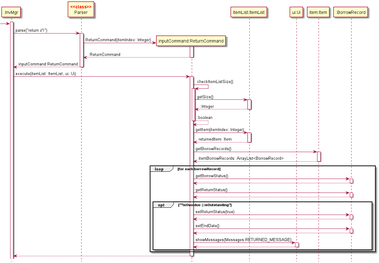
Above: docs/img/ReturnCommandSequenceDiagram.png in nus-cs2113-AY2122S2/tp (PlantUML), before the change. Its diagram source:
```plantuml
@startuml
hide footbox

skinparam dpi 300
skinparam guillemet false
skinparam sequenceStereotypeFontColor red
skinparam sequenceStereotypeFontStyle bold

Participant ":InvMgr" as invmgr
Participant "Parser" as parser <<class>>
Participant "inputCommand:ReturnCommand" as cmd
Participant "itemList:ItemList" as list
Participant "ui:Ui" as ui
Participant "item:Item" as item
Participant ":BorrowRecord" as borrowRecord

activate invmgr

-> invmgr
invmgr -> parser:parse("return i/1")
activate parser

create cmd
parser -> cmd:ReturnCommand(itemIndex: Integer)
activate cmd
return :ReturnCommand

return inputCommand:ReturnCommand

invmgr -> cmd:execute(itemList: ItemList, ui: Ui)
activate cmd

cmd -> cmd:checkItemListSize()
activate cmd
cmd -> list: getSize()
activate list
return :Integer
return :boolean

cmd -> list: getItem(itemIndex: Integer)
activate list
return returnedItem: Item

cmd -> item: getBorrowRecords()
activate item
return itemBorrowRecords: ArrayList<BorrowRecord>

loop for each borrowRecord
cmd -> borrowRecord: getBorrowStatus()
activate borrowRecord
return
cmd -> borrowRecord: getReturnStatus()
activate borrowRecord
return
opt ""isOverdue || isOutstanding"
cmd -> borrowRecord: setReturnStatus(true)
activate borrowRecord
return
cmd -> borrowRecord: setEndDate()
activate borrowRecord
return
cmd -> ui: showMessages(Messages.RETURNED_MESSAGE)
activate ui
return
end
end

return
@enduml
```
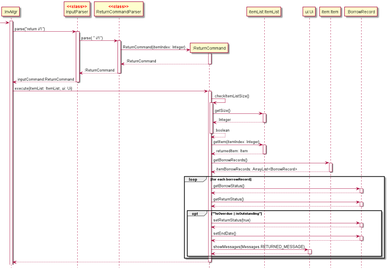
Above is the later version.

Commit message:
Updates DG with new sequence diagrams and description for LostCommand and ReturnCommand and HelpCommand

What changed in the source:
```diff
@@ -7,8 +7,9 @@
 skinparam sequenceStereotypeFontStyle bold
 
 Participant ":InvMgr" as invmgr
-Participant "Parser" as parser <<class>>
-Participant "inputCommand:ReturnCommand" as cmd
+Participant "InputParser" as parser <<class>>
+Participant "ReturnCommandParser" as ReturnCommandParser <<class>>
+Participant ":ReturnCommand" as cmd
 Participant "itemList:ItemList" as list
 Participant "ui:Ui" as ui
 Participant "item:Item" as item
@@ -20,11 +21,13 @@
 invmgr -> parser:parse("return i/1")
 activate parser
 
+parser -> ReturnCommandParser: parse( " i/1")
+activate ReturnCommandParser
 create cmd
-parser -> cmd:ReturnCommand(itemIndex: Integer)
+ReturnCommandParser -> cmd:ReturnCommand(itemIndex: Integer)
 activate cmd
 return :ReturnCommand
-
+return :ReturnCommand
 return inputCommand:ReturnCommand
 
 invmgr -> cmd:execute(itemList: ItemList, ui: Ui)
```
